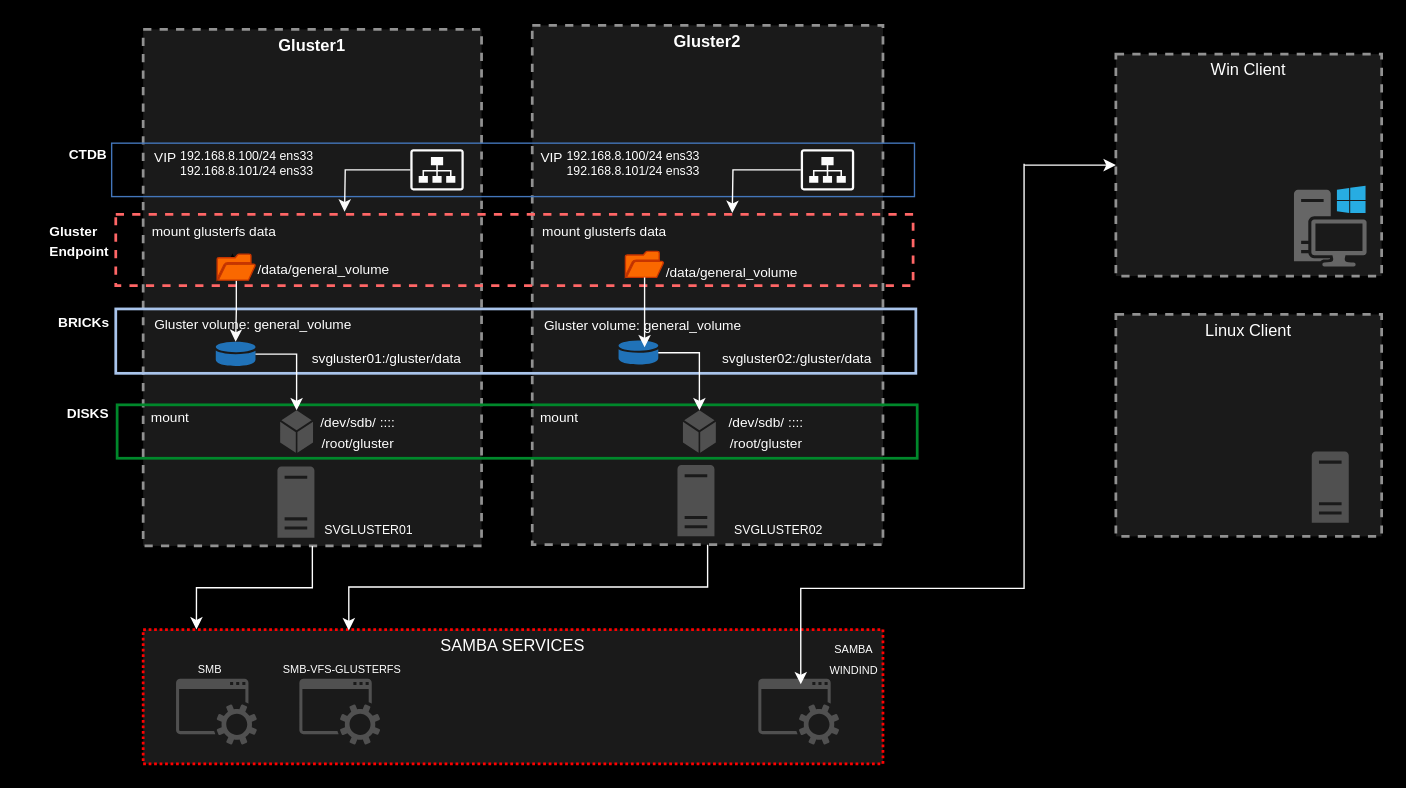
Earlier version of the draw.io diagram GlusterFS/glusterFS.drawio (Josemyr1993/glusterFS). Source tidied: cells renumbered, new cells numbered last; positions are measured from the earlier drawing's top-left corner, leaving out a move shared by most shapes. Both pictures are drawn from the tidied source at 137%, with x=0, y=0 at pixel (23, 25).
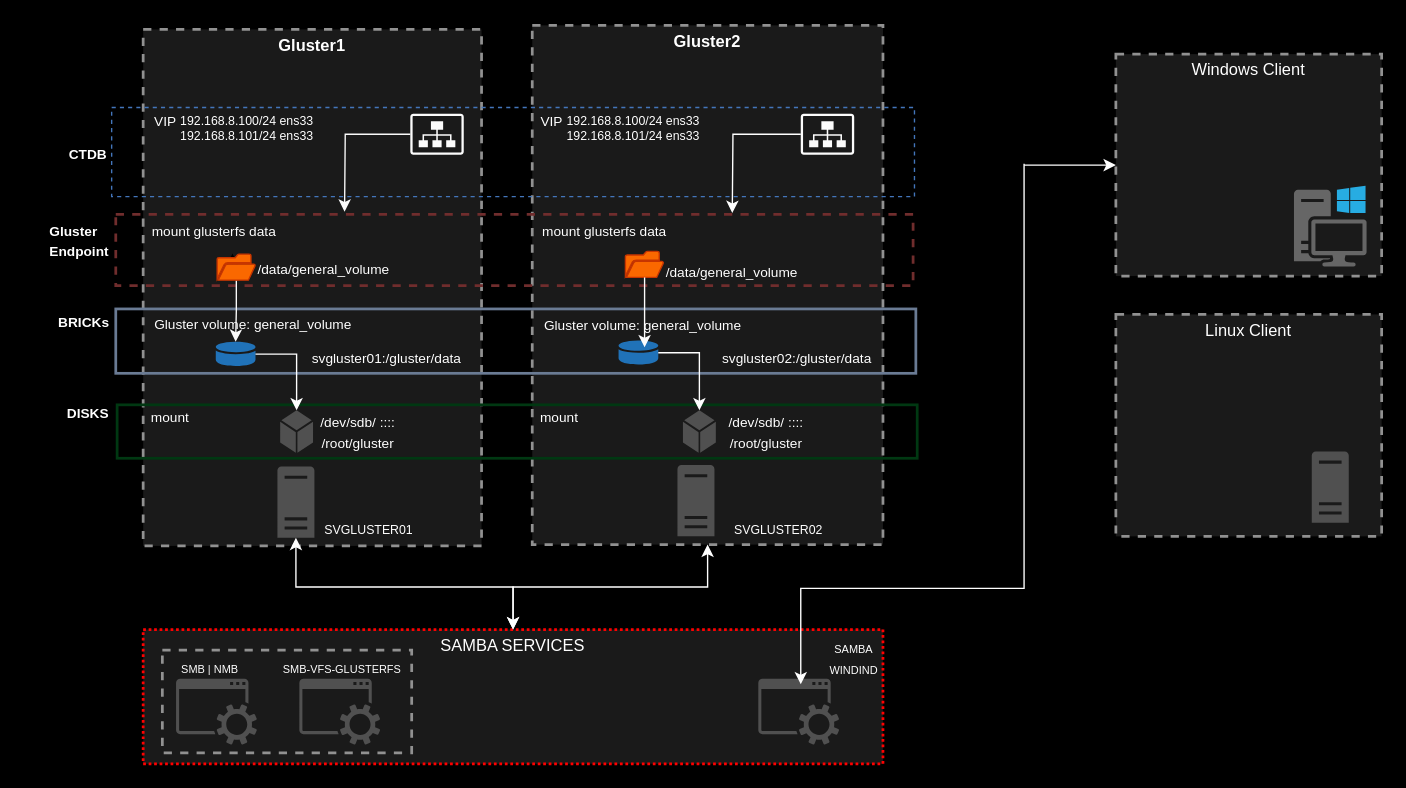
The same page after the edit.

The change refers to these unchanged cells:
```xml
<mxCell id="2" value="&lt;font color=&quot;#ffffff&quot;&gt;SAMBA SERVICES&lt;/font&gt;" style="fontStyle=0;verticalAlign=top;align=center;spacingTop=-2;fillColor=#1A1A1A;rounded=0;whiteSpace=wrap;html=1;strokeColor=#FF0000;strokeWidth=2;dashed=1;dashPattern=1 1;" parent="1" vertex="1">
  <mxGeometry x="87" y="441" width="540" height="98" as="geometry" />
</mxCell>
<mxCell id="11" value="&lt;font color=&quot;#ffffff&quot;&gt;&lt;b&gt;Gluster1&lt;/b&gt;&lt;/font&gt;" style="fontStyle=0;verticalAlign=top;align=center;spacingTop=-2;fillColor=#1A1A1A;rounded=0;whiteSpace=wrap;html=1;strokeColor=#919191;strokeWidth=2;dashed=1;" parent="1" vertex="1">
  <mxGeometry x="87" y="3" width="247" height="377" as="geometry" />
</mxCell>
<mxCell id="13" style="sketch=0;shadow=0;dashed=0;html=1;strokeColor=none;fillColor=#505050;labelPosition=center;verticalLabelPosition=bottom;verticalAlign=top;outlineConnect=0;align=center;shape=mxgraph.office.servers.server_generic;" parent="11" vertex="1">
  <mxGeometry x="98" y="319" width="27" height="52" as="geometry" />
</mxCell>
<mxCell id="18" value="&lt;font color=&quot;#ffffff&quot;&gt;&lt;b&gt;Gluster2&lt;/b&gt;&lt;/font&gt;" style="fontStyle=0;verticalAlign=top;align=center;spacingTop=-2;fillColor=#1A1A1A;rounded=0;whiteSpace=wrap;html=1;strokeColor=#919191;strokeWidth=2;dashed=1;" parent="1" vertex="1">
  <mxGeometry x="371" width="256" height="379" as="geometry" />
</mxCell>
```

The edit, as a diff of the source:
```diff
@@
-    <mxCell id="5" value="&lt;font color=&quot;#ffffff&quot;&gt;&lt;font style=&quot;font-size: 8px;&quot;&gt;SMB&lt;/font&gt;&lt;br&gt;&lt;/font&gt;" style="text;html=1;strokeColor=none;fillColor=none;align=center;verticalAlign=middle;whiteSpace=wrap;rounded=0;" parent="2" vertex="1">
+    <mxCell id="5" value="&lt;font color=&quot;#ffffff&quot;&gt;&lt;font style=&quot;font-size: 8px;&quot;&gt;SMB | NMB&lt;/font&gt;&lt;br&gt;&lt;/font&gt;" style="text;html=1;strokeColor=none;fillColor=none;align=center;verticalAlign=middle;whiteSpace=wrap;rounded=0;" parent="2" vertex="1">
       <mxGeometry x="19" y="13" width="60" height="30" as="geometry" />
     </mxCell>
@@
+    <mxCell id="62" style="fontStyle=0;verticalAlign=top;align=center;spacingTop=-2;fillColor=none;rounded=0;whiteSpace=wrap;html=1;strokeColor=#919191;strokeWidth=2;dashed=1;" parent="2" vertex="1">
+      <mxGeometry x="14" y="15" width="182" height="75" as="geometry" />
+    </mxCell>
-    <mxCell id="9" value="&lt;font color=&quot;#ffffff&quot;&gt;Win Client&lt;/font&gt;" style="fontStyle=0;verticalAlign=top;align=center;spacingTop=-2;fillColor=#1A1A1A;rounded=0;whiteSpace=wrap;html=1;strokeColor=#919191;strokeWidth=2;dashed=1;" parent="1" vertex="1">
+    <mxCell id="9" value="&lt;font color=&quot;#ffffff&quot;&gt;Windows Client&lt;/font&gt;" style="fontStyle=0;verticalAlign=top;align=center;spacingTop=-2;fillColor=#1A1A1A;rounded=0;whiteSpace=wrap;html=1;strokeColor=#919191;strokeWidth=2;dashed=1;" parent="1" vertex="1">
       <mxGeometry x="797" y="21" width="194" height="162" as="geometry" />
     </mxCell>
@@
-    <mxCell id="17" style="edgeStyle=orthogonalEdgeStyle;rounded=0;jettySize=auto;html=1;strokeColor=#FFFFFF;entryX=0.278;entryY=0.007;entryDx=0;entryDy=0;entryPerimeter=0;" parent="1" edge="1" source="18" target="2">
-      <mxGeometry relative="1" as="geometry" />
-    </mxCell>
@@
-    <mxCell id="20" style="fontStyle=0;verticalAlign=top;align=center;spacingTop=-2;fillColor=none;rounded=0;whiteSpace=wrap;html=1;strokeColor=#A9C4EB;strokeWidth=2;" parent="18" vertex="1">
+    <mxCell id="20" style="fontStyle=0;verticalAlign=top;align=center;spacingTop=-2;fillColor=none;rounded=0;whiteSpace=wrap;html=1;strokeColor=#6A7B94;strokeWidth=2;" parent="18" vertex="1">
       <mxGeometry x="-304" y="207" width="584" height="47" as="geometry" />
     </mxCell>
@@
-    <mxCell id="25" style="fontStyle=0;verticalAlign=top;align=center;spacingTop=-2;fillColor=none;rounded=0;whiteSpace=wrap;html=1;strokeColor=#00882B;strokeWidth=2;" parent="1" vertex="1">
+    <mxCell id="25" style="fontStyle=0;verticalAlign=top;align=center;spacingTop=-2;fillColor=none;rounded=0;whiteSpace=wrap;html=1;strokeColor=#003812;strokeWidth=2;" parent="1" vertex="1">
       <mxGeometry x="68" y="277" width="584" height="39" as="geometry" />
     </mxCell>
@@
-    <mxCell id="35" style="fontStyle=0;verticalAlign=top;align=center;spacingTop=-2;fillColor=none;rounded=0;whiteSpace=wrap;html=1;strokeColor=#FF6666;strokeWidth=2;dashed=1;" parent="1" vertex="1">
+    <mxCell id="35" style="fontStyle=0;verticalAlign=top;align=center;spacingTop=-2;fillColor=none;rounded=0;whiteSpace=wrap;html=1;strokeColor=#702D2D;strokeWidth=2;dashed=1;" parent="1" vertex="1">
       <mxGeometry x="67" y="138" width="582" height="52" as="geometry" />
     </mxCell>
@@
-    <mxCell id="46" style="fontStyle=0;verticalAlign=top;align=center;spacingTop=-2;fillColor=none;rounded=0;whiteSpace=wrap;html=1;strokeColor=#4376BB;strokeWidth=1;dashed=0;" parent="1" vertex="1">
-      <mxGeometry x="64" y="86" width="586" height="39" as="geometry" />
+    <mxCell id="46" style="fontStyle=0;verticalAlign=top;align=center;spacingTop=-2;fillColor=none;rounded=0;whiteSpace=wrap;html=1;strokeColor=#4376BB;strokeWidth=1;dashed=1;" parent="1" vertex="1">
+      <mxGeometry x="64" y="60" width="586" height="65" as="geometry" />
     </mxCell>
@@
-    <mxCell id="59" style="edgeStyle=orthogonalEdgeStyle;rounded=0;jettySize=auto;html=1;strokeColor=#FFFFFF;exitX=0.5;exitY=1;exitDx=0;exitDy=0;entryX=0.072;entryY=0;entryDx=0;entryDy=0;entryPerimeter=0;" parent="1" edge="1" source="11" target="2">
-      <mxGeometry relative="1" as="geometry" />
-    </mxCell>
@@
+    <mxCell id="63" style="edgeStyle=elbowEdgeStyle;rounded=0;elbow=vertical;html=1;labelBackgroundColor=#ffffff;startArrow=classic;startFill=1;startSize=6;endArrow=classic;endFill=1;endSize=6;jettySize=auto;strokeWidth=1;fontSize=14;entryX=0.5;entryY=1;entryDx=0;entryDy=0;exitX=0.5;exitY=0;exitDx=0;exitDy=0;strokeColor=#FFFFFF;" parent="1" edge="1" source="2" target="18">
+      <mxGeometry relative="1" as="geometry" />
+    </mxCell>
+    <mxCell id="64" style="edgeStyle=elbowEdgeStyle;rounded=0;elbow=vertical;html=1;labelBackgroundColor=#ffffff;startArrow=classic;startFill=1;startSize=6;endArrow=classic;endFill=1;endSize=6;jettySize=auto;strokeWidth=1;fontSize=14;entryX=0.5;entryY=0;entryDx=0;entryDy=0;strokeColor=#FFFFFF;" parent="1" edge="1" source="13" target="2">
+      <mxGeometry relative="1" as="geometry">
+        <Array as="points">
+          <mxPoint x="282" y="410" />
+        </Array>
+      </mxGeometry>
+    </mxCell>
```
